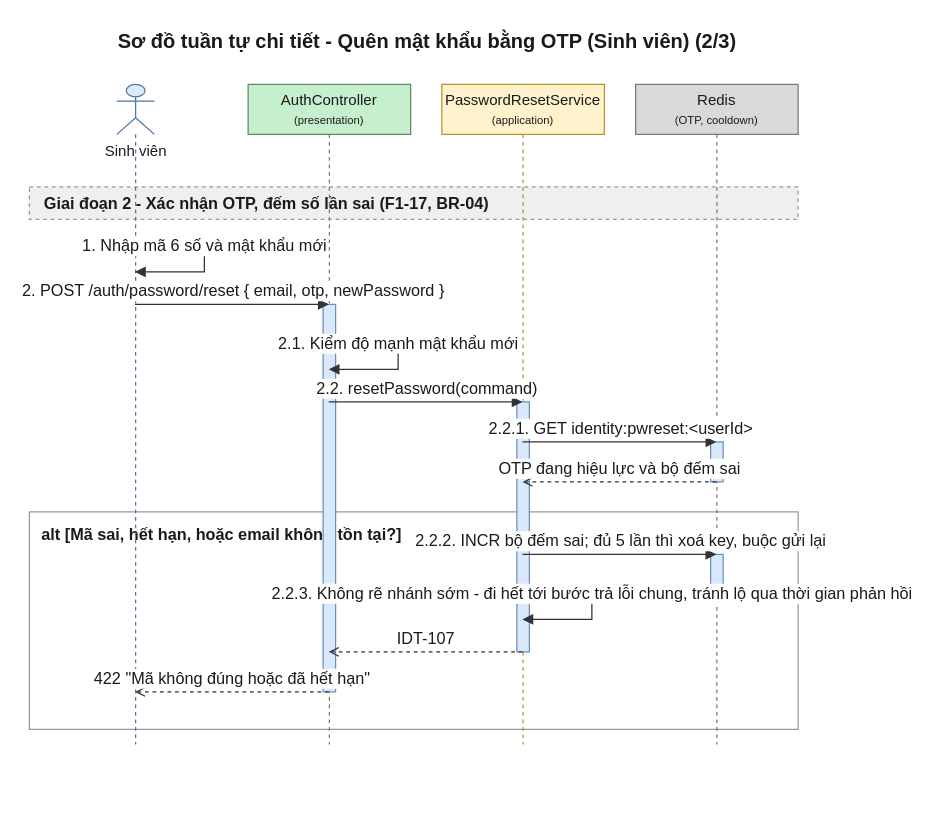
Earlier version of the draw.io diagram 08-diagram/sequence/user/sequence_user_quen_mat_khau_otp_p2.drawio (daiphu1801/PRJ_ALGOPREP). Source tidied: cells renumbered, new cells numbered last; positions are measured from the earlier drawing's top-left corner, leaving out a move shared by most shapes. Both pictures are drawn from the tidied source at 125%, with x=0, y=0 at pixel (29, 21).
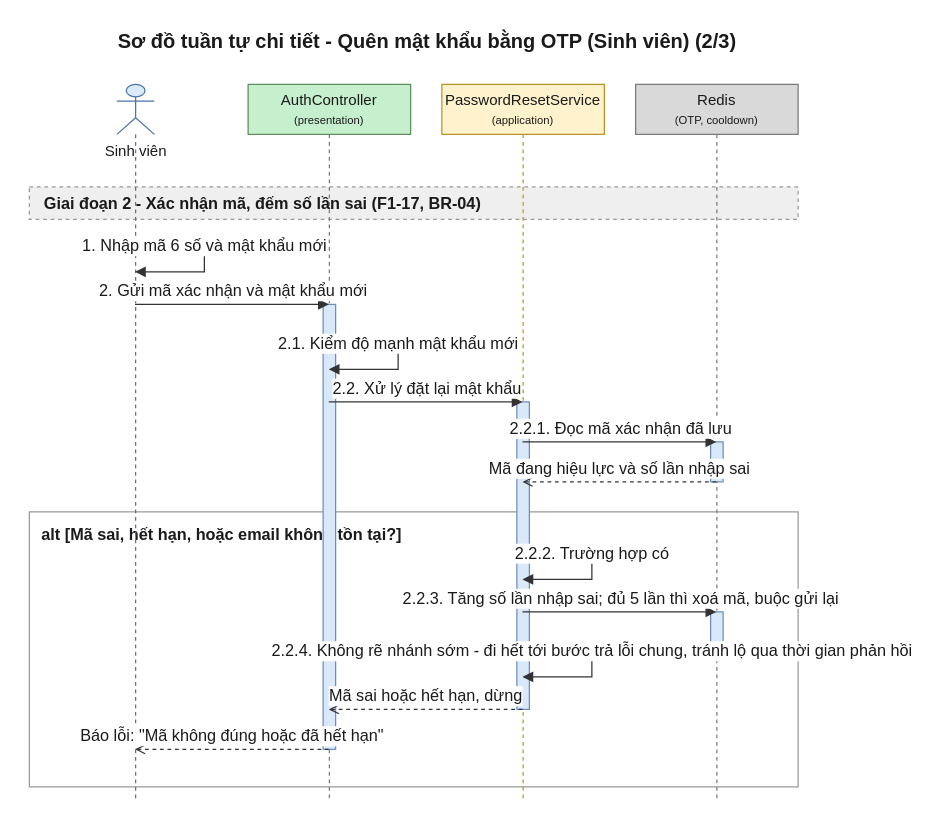
The same diagram, later.

The edit, as a diff of the source:
```diff
@@
     <mxCell id="3" value="alt [Mã sai, hết hạn, hoặc email không tồn tại?]" style="algoprep=alt;rounded=0;whiteSpace=wrap;html=1;fillColor=none;strokeColor=#999999;verticalAlign=top;align=left;spacingLeft=8;spacingTop=4;fontColor=#1A1A1A;fontSize=13;fontStyle=1;dashed=0;" parent="1" vertex="1">
-      <mxGeometry y="392" width="615" height="174" as="geometry" />
+      <mxGeometry y="392" width="615" height="220" as="geometry" />
     </mxCell>
-    <mxCell id="4" value="Giai đoạn 2 - Xác nhận OTP, đếm số lần sai (F1-17, BR-04)" style="algoprep=phase;rounded=0;whiteSpace=wrap;html=1;fillColor=#EFEFEF;strokeColor=#999999;dashed=1;align=left;verticalAlign=middle;spacingLeft=10;fontColor=#1A1A1A;fontSize=13;fontStyle=1;" parent="1" vertex="1">
+    <mxCell id="4" value="Giai đoạn 2 - Xác nhận mã, đếm số lần sai (F1-17, BR-04)" style="algoprep=phase;rounded=0;whiteSpace=wrap;html=1;fillColor=#EFEFEF;strokeColor=#999999;dashed=1;align=left;verticalAlign=middle;spacingLeft=10;fontColor=#1A1A1A;fontSize=13;fontStyle=1;" parent="1" vertex="1">
       <mxGeometry y="132" width="615" height="26" as="geometry" />
     </mxCell>
     <mxCell id="5" value="Sinh viên" style="shape=umlLifeline;participant=umlActor;perimeter=lifelinePerimeter;html=1;outlineConnect=0;size=40;verticalAlign=top;spacingTop=40;fillColor=#DCEBFC;strokeColor=#4A76A8;fontColor=#1A1A1A;" parent="1" vertex="1">
-      <mxGeometry x="70" y="50" width="30" height="528" as="geometry" />
+      <mxGeometry x="70" y="50" width="30" height="574" as="geometry" />
     </mxCell>
     <mxCell id="6" value="AuthController&lt;br&gt;&lt;font style=&quot;font-size:9px&quot;&gt;(presentation)&lt;/font&gt;" style="shape=umlLifeline;perimeter=lifelinePerimeter;whiteSpace=wrap;html=1;outlineConnect=0;size=40;fillColor=#C6EFCE;strokeColor=#5E8E5E;fontColor=#1A1A1A;" parent="1" vertex="1">
-      <mxGeometry x="175" y="50" width="130" height="528" as="geometry" />
+      <mxGeometry x="175" y="50" width="130" height="574" as="geometry" />
     </mxCell>
     <mxCell id="7" value="PasswordResetService&lt;br&gt;&lt;font style=&quot;font-size:9px&quot;&gt;(application)&lt;/font&gt;" style="shape=umlLifeline;perimeter=lifelinePerimeter;whiteSpace=wrap;html=1;outlineConnect=0;size=40;fillColor=#FFF2CC;strokeColor=#B8952A;fontColor=#1A1A1A;" parent="1" vertex="1">
-      <mxGeometry x="330" y="50" width="130" height="528" as="geometry" />
+      <mxGeometry x="330" y="50" width="130" height="574" as="geometry" />
     </mxCell>
     <mxCell id="8" value="Redis&lt;br&gt;&lt;font style=&quot;font-size:9px&quot;&gt;(OTP, cooldown)&lt;/font&gt;" style="shape=umlLifeline;perimeter=lifelinePerimeter;whiteSpace=wrap;html=1;outlineConnect=0;size=40;fillColor=#D9D9D9;strokeColor=#7A7A7A;fontColor=#1A1A1A;" parent="1" vertex="1">
-      <mxGeometry x="485" y="50" width="130" height="528" as="geometry" />
+      <mxGeometry x="485" y="50" width="130" height="574" as="geometry" />
     </mxCell>
@@
     <mxCell id="10" style="html=1;perimeter=orthogonalPerimeter;targetShapes=umlLifeline;fillColor=#DAE8FC;strokeColor=#6C8EBF;" parent="8" vertex="1">
-      <mxGeometry x="60" y="376" width="10" height="32" as="geometry" />
+      <mxGeometry x="60" y="422" width="10" height="32" as="geometry" />
     </mxCell>
     <mxCell id="11" style="html=1;perimeter=orthogonalPerimeter;targetShapes=umlLifeline;fillColor=#DAE8FC;strokeColor=#6C8EBF;" parent="7" vertex="1">
-      <mxGeometry x="60" y="254" width="10" height="200" as="geometry" />
+      <mxGeometry x="60" y="254" width="10" height="246" as="geometry" />
     </mxCell>
     <mxCell id="12" style="html=1;perimeter=orthogonalPerimeter;targetShapes=umlLifeline;fillColor=#DAE8FC;strokeColor=#6C8EBF;" parent="6" vertex="1">
-      <mxGeometry x="60" y="176" width="10" height="310" as="geometry" />
+      <mxGeometry x="60" y="176" width="10" height="356" as="geometry" />
     </mxCell>
-    <mxCell id="13" value="1. Nhập mã 6 số và mật khẩu mới" style="edgeStyle=orthogonalEdgeStyle;rounded=0;html=1;endArrow=block;endFill=1;strokeColor=#333333;fontColor=#1A1A1A;fontSize=13;verticalAlign=bottom;exitX=0.5;exitY=0.2462;exitDx=0;exitDy=0;entryX=0.5;entryY=0.2841;entryDx=0;entryDy=0;" parent="1" edge="1" source="5" target="5">
+    <mxCell id="13" value="1. Nhập mã 6 số và mật khẩu mới" style="edgeStyle=orthogonalEdgeStyle;rounded=0;html=1;endArrow=block;endFill=1;strokeColor=#333333;fontColor=#1A1A1A;fontSize=13;verticalAlign=bottom;exitX=0.5;exitY=0.2265;exitDx=0;exitDy=0;entryX=0.5;entryY=0.2613;entryDx=0;entryDy=0;" parent="1" edge="1" source="5" target="5">
       <mxGeometry relative="1" as="geometry">
         <Array as="points">
           <mxPoint x="140" y="180" />
           <mxPoint x="140" y="200" />
         </Array>
       </mxGeometry>
     </mxCell>
-    <mxCell id="14" value="2. POST /auth/password/reset { email, otp, newPassword }" style="edgeStyle=none;html=1;endArrow=block;endFill=1;strokeColor=#333333;fontColor=#1A1A1A;fontSize=13;verticalAlign=bottom;exitX=0.5;exitY=0.3333;exitDx=0;exitDy=0;entryX=0.5;entryY=0.3333;entryDx=0;entryDy=0;" parent="1" edge="1" source="5" target="6">
+    <mxCell id="14" value="2. Gửi mã xác nhận và mật khẩu mới" style="edgeStyle=none;html=1;endArrow=block;endFill=1;strokeColor=#333333;fontColor=#1A1A1A;fontSize=13;verticalAlign=bottom;exitX=0.5;exitY=0.3066;exitDx=0;exitDy=0;entryX=0.5;entryY=0.3066;entryDx=0;entryDy=0;" parent="1" edge="1" source="5" target="6">
       <mxGeometry relative="1" as="geometry" />
     </mxCell>
-    <mxCell id="15" value="2.1. Kiểm độ mạnh mật khẩu mới" style="edgeStyle=orthogonalEdgeStyle;rounded=0;html=1;endArrow=block;endFill=1;strokeColor=#333333;fontColor=#1A1A1A;fontSize=13;verticalAlign=bottom;exitX=0.5;exitY=0.3939;exitDx=0;exitDy=0;entryX=0.5;entryY=0.4318;entryDx=0;entryDy=0;" parent="1" edge="1" source="6" target="6">
+    <mxCell id="15" value="2.1. Kiểm độ mạnh mật khẩu mới" style="edgeStyle=orthogonalEdgeStyle;rounded=0;html=1;endArrow=block;endFill=1;strokeColor=#333333;fontColor=#1A1A1A;fontSize=13;verticalAlign=bottom;exitX=0.5;exitY=0.3624;exitDx=0;exitDy=0;entryX=0.5;entryY=0.3972;entryDx=0;entryDy=0;" parent="1" edge="1" source="6" target="6">
       <mxGeometry relative="1" as="geometry">
         <Array as="points">
           <mxPoint x="295" y="258" />
           <mxPoint x="295" y="278" />
         </Array>
       </mxGeometry>
     </mxCell>
-    <mxCell id="16" value="2.2. resetPassword(command)" style="edgeStyle=none;html=1;endArrow=block;endFill=1;strokeColor=#333333;fontColor=#1A1A1A;fontSize=13;verticalAlign=bottom;exitX=0.5;exitY=0.4811;exitDx=0;exitDy=0;entryX=0.5;entryY=0.4811;entryDx=0;entryDy=0;" parent="1" edge="1" source="6" target="7">
+    <mxCell id="16" value="2.2. Xử lý đặt lại mật khẩu" style="edgeStyle=none;html=1;endArrow=block;endFill=1;strokeColor=#333333;fontColor=#1A1A1A;fontSize=13;verticalAlign=bottom;exitX=0.5;exitY=0.4425;exitDx=0;exitDy=0;entryX=0.5;entryY=0.4425;entryDx=0;entryDy=0;" parent="1" edge="1" source="6" target="7">
       <mxGeometry relative="1" as="geometry" />
     </mxCell>
-    <mxCell id="17" value="2.2.1. GET identity:pwreset:&amp;lt;userId&amp;gt;" style="edgeStyle=none;html=1;endArrow=block;endFill=1;strokeColor=#333333;fontColor=#1A1A1A;fontSize=13;verticalAlign=bottom;exitX=0.5;exitY=0.5417;exitDx=0;exitDy=0;entryX=0.5;entryY=0.5417;entryDx=0;entryDy=0;" parent="1" edge="1" source="7" target="8">
+    <mxCell id="17" value="2.2.1. Đọc mã xác nhận đã lưu" style="edgeStyle=none;html=1;endArrow=block;endFill=1;strokeColor=#333333;fontColor=#1A1A1A;fontSize=13;verticalAlign=bottom;exitX=0.5;exitY=0.4983;exitDx=0;exitDy=0;entryX=0.5;entryY=0.4983;entryDx=0;entryDy=0;" parent="1" edge="1" source="7" target="8">
       <mxGeometry relative="1" as="geometry" />
     </mxCell>
-    <mxCell id="18" value="OTP đang hiệu lực và bộ đếm sai" style="edgeStyle=none;html=1;endArrow=open;endFill=0;dashed=1;strokeColor=#333333;fontColor=#1A1A1A;fontSize=13;verticalAlign=bottom;exitX=0.5;exitY=0.6023;exitDx=0;exitDy=0;entryX=0.5;entryY=0.6023;entryDx=0;entryDy=0;" parent="1" edge="1" source="8" target="7">
+    <mxCell id="18" value="Mã đang hiệu lực và số lần nhập sai" style="edgeStyle=none;html=1;endArrow=open;endFill=0;dashed=1;strokeColor=#333333;fontColor=#1A1A1A;fontSize=13;verticalAlign=bottom;exitX=0.5;exitY=0.5540;exitDx=0;exitDy=0;entryX=0.5;entryY=0.5540;entryDx=0;entryDy=0;" parent="1" edge="1" source="8" target="7">
       <mxGeometry relative="1" as="geometry" />
     </mxCell>
-    <mxCell id="19" value="2.2.2. INCR bộ đếm sai; đủ 5 lần thì xoá key, buộc gửi lại" style="edgeStyle=none;html=1;endArrow=block;endFill=1;strokeColor=#333333;fontColor=#1A1A1A;fontSize=13;verticalAlign=bottom;exitX=0.5;exitY=0.7121;exitDx=0;exitDy=0;entryX=0.5;entryY=0.7121;entryDx=0;entryDy=0;" parent="1" edge="1" source="7" target="8">
-      <mxGeometry relative="1" as="geometry" />
+    <mxCell id="19" value="2.2.2. Trường hợp có" style="edgeStyle=orthogonalEdgeStyle;rounded=0;html=1;endArrow=block;endFill=1;strokeColor=#333333;fontColor=#1A1A1A;fontSize=13;verticalAlign=bottom;exitX=0.5;exitY=0.6551;exitDx=0;exitDy=0;entryX=0.5;entryY=0.6899;entryDx=0;entryDy=0;" parent="1" edge="1" source="7" target="7">
+      <mxGeometry relative="1" as="geometry">
+        <Array as="points">
+          <mxPoint x="450" y="426" />
+          <mxPoint x="450" y="446" />
+        </Array>
+      </mxGeometry>
     </mxCell>
-    <mxCell id="20" value="2.2.3. Không rẽ nhánh sớm - đi hết tới bước trả lỗi chung, tránh lộ qua thời gian phản hồi" style="edgeStyle=orthogonalEdgeStyle;rounded=0;html=1;endArrow=block;endFill=1;strokeColor=#333333;fontColor=#1A1A1A;fontSize=13;verticalAlign=bottom;exitX=0.5;exitY=0.7727;exitDx=0;exitDy=0;entryX=0.5;entryY=0.8106;entryDx=0;entryDy=0;" parent="1" edge="1" source="7" target="7">
-      <mxGeometry relative="1" as="geometry">
-        <Array as="points">
-          <mxPoint x="450" y="458" />
-          <mxPoint x="450" y="478" />
-        </Array>
-      </mxGeometry>
+    <mxCell id="20" value="2.2.3. Tăng số lần nhập sai; đủ 5 lần thì xoá mã, buộc gửi lại" style="edgeStyle=none;html=1;endArrow=block;endFill=1;strokeColor=#333333;fontColor=#1A1A1A;fontSize=13;verticalAlign=bottom;exitX=0.5;exitY=0.7352;exitDx=0;exitDy=0;entryX=0.5;entryY=0.7352;entryDx=0;entryDy=0;" parent="1" edge="1" source="7" target="8">
+      <mxGeometry relative="1" as="geometry" />
     </mxCell>
-    <mxCell id="21" value="IDT-107" style="edgeStyle=none;html=1;endArrow=open;endFill=0;dashed=1;strokeColor=#333333;fontColor=#1A1A1A;fontSize=13;verticalAlign=bottom;exitX=0.5;exitY=0.8598;exitDx=0;exitDy=0;entryX=0.5;entryY=0.8598;entryDx=0;entryDy=0;" parent="1" edge="1" source="7" target="6">
-      <mxGeometry relative="1" as="geometry" />
+    <mxCell id="21" value="2.2.4. Không rẽ nhánh sớm - đi hết tới bước trả lỗi chung, tránh lộ qua thời gian phản hồi" style="edgeStyle=orthogonalEdgeStyle;rounded=0;html=1;endArrow=block;endFill=1;strokeColor=#333333;fontColor=#1A1A1A;fontSize=13;verticalAlign=bottom;exitX=0.5;exitY=0.7909;exitDx=0;exitDy=0;entryX=0.5;entryY=0.8258;entryDx=0;entryDy=0;" parent="1" edge="1" source="7" target="7">
+      <mxGeometry relative="1" as="geometry">
+        <Array as="points">
+          <mxPoint x="450" y="504" />
+          <mxPoint x="450" y="524" />
+        </Array>
+      </mxGeometry>
     </mxCell>
-    <mxCell id="22" value="422 &quot;Mã không đúng hoặc đã hết hạn&quot;" style="edgeStyle=none;html=1;endArrow=open;endFill=0;dashed=1;strokeColor=#333333;fontColor=#1A1A1A;fontSize=13;verticalAlign=bottom;exitX=0.5;exitY=0.9205;exitDx=0;exitDy=0;entryX=0.5;entryY=0.9205;entryDx=0;entryDy=0;" parent="1" edge="1" source="6" target="5">
+    <mxCell id="22" value="Mã sai hoặc hết hạn, dừng" style="edgeStyle=none;html=1;endArrow=open;endFill=0;dashed=1;strokeColor=#333333;fontColor=#1A1A1A;fontSize=13;verticalAlign=bottom;exitX=0.5;exitY=0.8711;exitDx=0;exitDy=0;entryX=0.5;entryY=0.8711;entryDx=0;entryDy=0;" parent="1" edge="1" source="7" target="6">
       <mxGeometry relative="1" as="geometry" />
     </mxCell>
+    <mxCell id="23" value="Báo lỗi: &quot;Mã không đúng hoặc đã hết hạn&quot;" style="edgeStyle=none;html=1;endArrow=open;endFill=0;dashed=1;strokeColor=#333333;fontColor=#1A1A1A;fontSize=13;verticalAlign=bottom;exitX=0.5;exitY=0.9268;exitDx=0;exitDy=0;entryX=0.5;entryY=0.9268;entryDx=0;entryDy=0;" parent="1" edge="1" source="6" target="5">
+      <mxGeometry relative="1" as="geometry" />
+    </mxCell>
```
